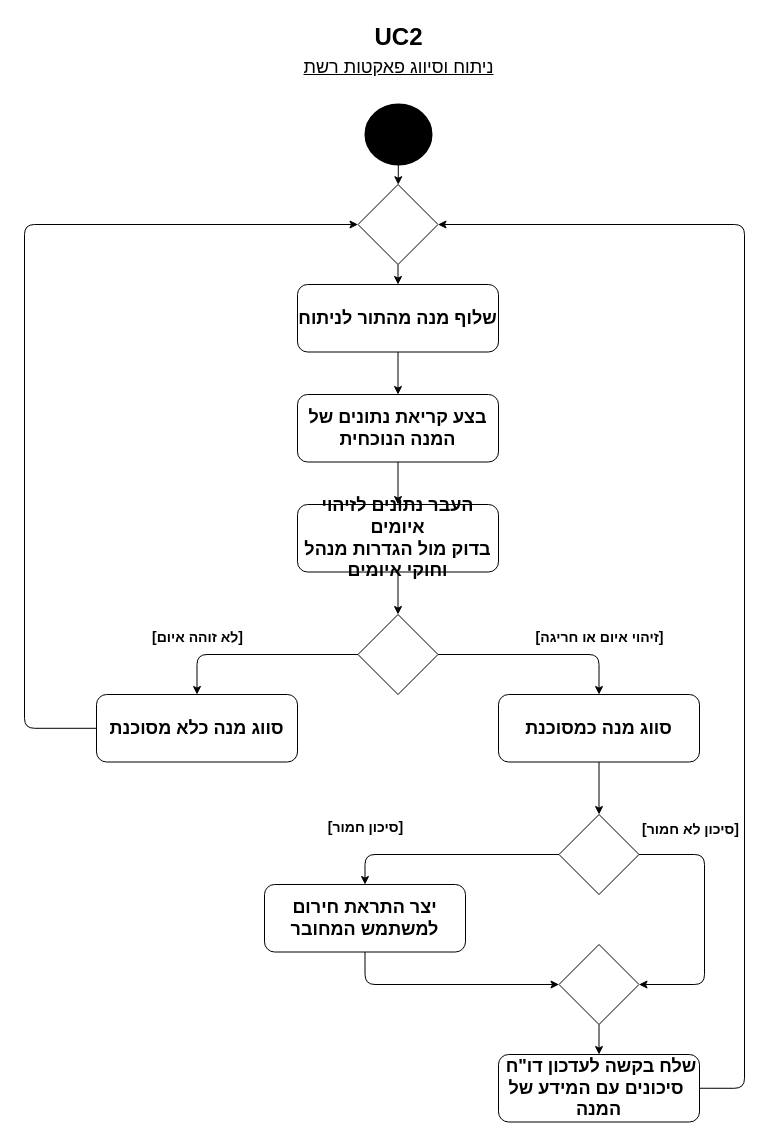
Before: docs/diagrams/IDS_AD/UC2_AD.drawio in NatiG7/simple_intrusion_handling_system, a draw.io diagram. Source tidied: cells renumbered, new cells numbered last; positions are measured from the earlier drawing's top-left corner, leaving out a move shared by most shapes. Both pictures are drawn from the tidied source at 100%, with x=0, y=0 at pixel (24, 17).
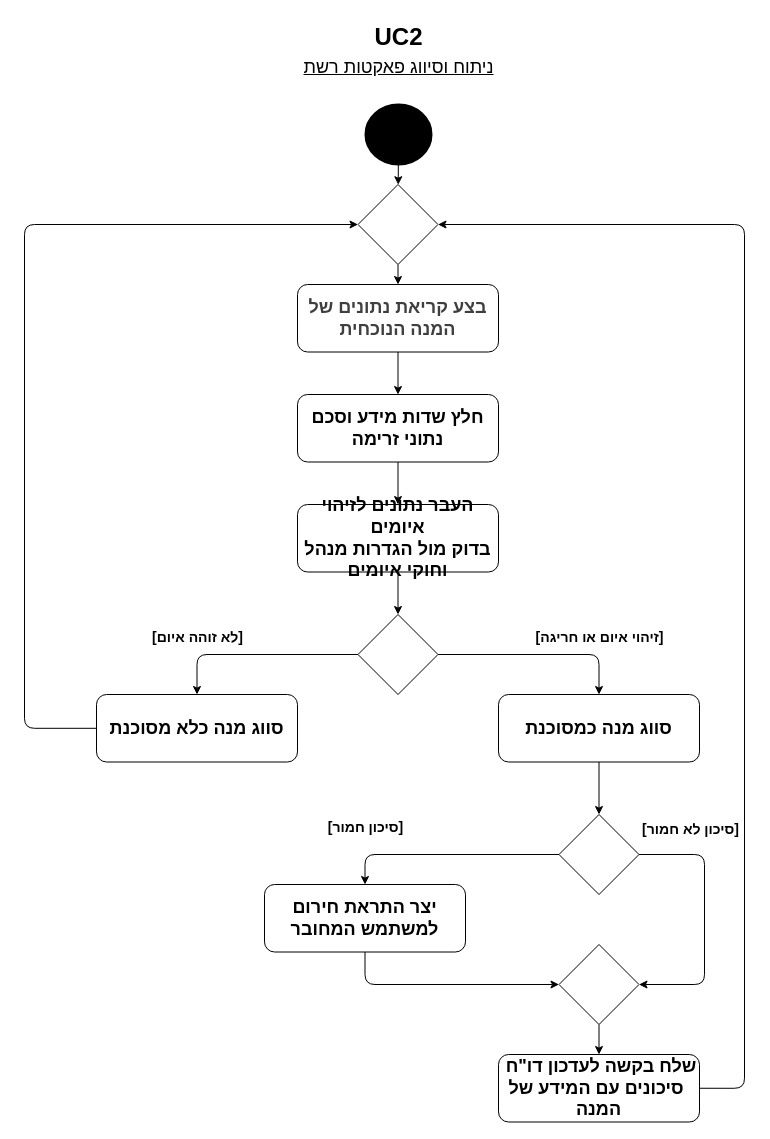
The same page after the edit.

What changed in the source:
```diff
@@
-    <mxCell id="7" value="&lt;font style=&quot;font-size: 18px;&quot;&gt;&lt;b&gt;שלוף מנה מהתור לניתוח&lt;/b&gt;&lt;/font&gt;" style="rounded=1;whiteSpace=wrap;html=1;" parent="1" vertex="1">
+    <mxCell id="7" value="&lt;b style=&quot;color: rgb(63, 63, 63); scrollbar-color: rgb(226, 226, 226) rgb(251, 251, 251); font-size: 18px;&quot;&gt;בצע קריאת נתונים של המנה הנוכחית&lt;/b&gt;" style="rounded=1;whiteSpace=wrap;html=1;" parent="1" vertex="1">
       <mxGeometry x="273" y="267" width="201" height="67.5" as="geometry" />
     </mxCell>
@@
-    <mxCell id="9" value="&lt;font style=&quot;font-size: 18px;&quot;&gt;&lt;b&gt;בצע קריאת נתונים של המנה הנוכחית&lt;/b&gt;&lt;/font&gt;" style="rounded=1;whiteSpace=wrap;html=1;" parent="1" vertex="1">
+    <mxCell id="9" value="&lt;font style=&quot;font-size: 18px;&quot;&gt;&lt;b&gt;חלץ שדות מידע וסכם נתוני זרימה&lt;/b&gt;&lt;/font&gt;" style="rounded=1;whiteSpace=wrap;html=1;" parent="1" vertex="1">
       <mxGeometry x="273" y="377" width="201" height="67.5" as="geometry" />
     </mxCell>
```
